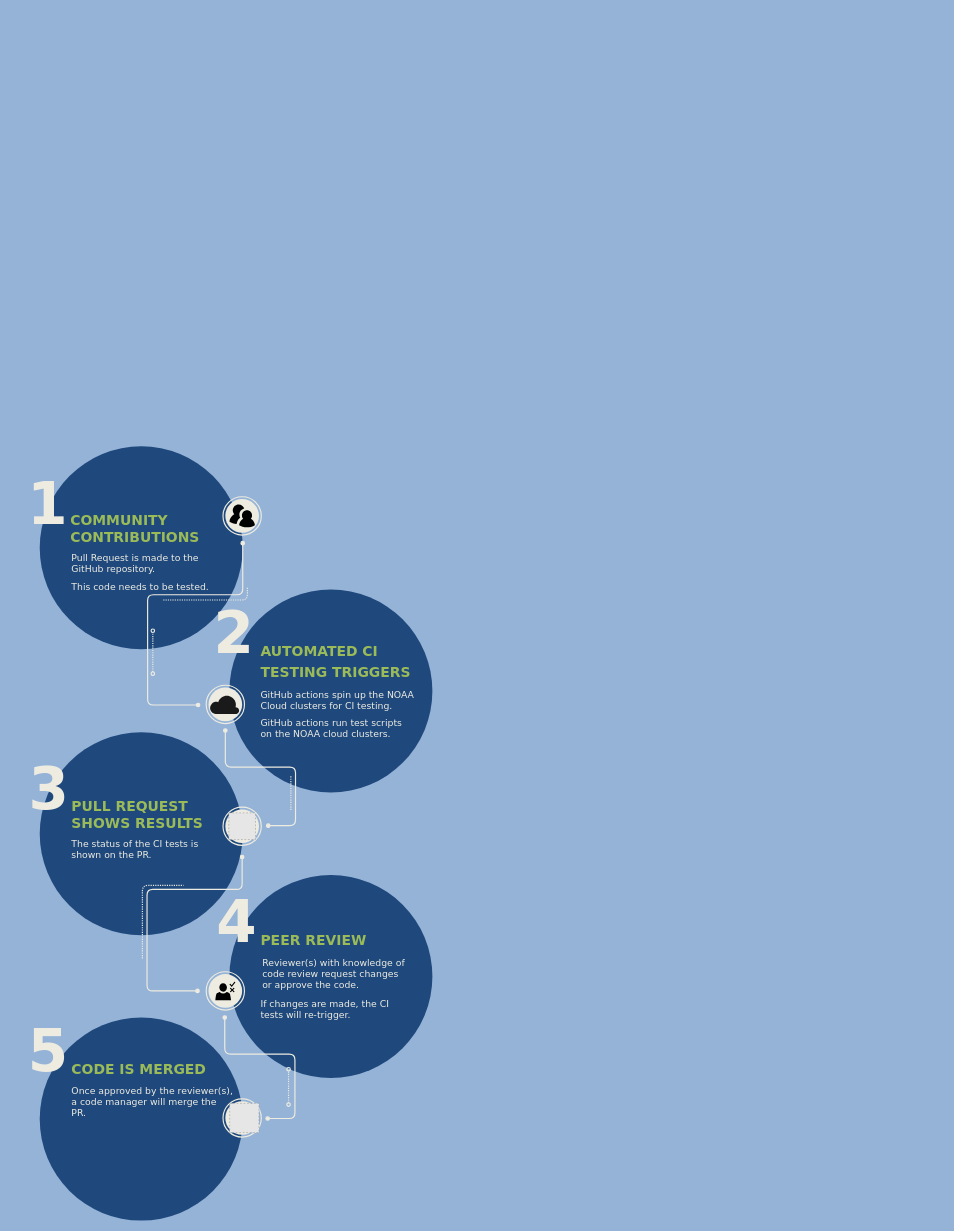
The draw.io diagram Flowchart2AGU22.drawio in laurenchilutti/draw_io, before the edit. Source tidied: cells renumbered, new cells numbered last; positions are measured from the earlier drawing's top-left corner, leaving out a move shared by most shapes. Both pictures are drawn from the tidied source at 58%, with x=0, y=0 at pixel (26, 446). Pictures stored in the file or linked from it are replaced by grey dashed boxes.
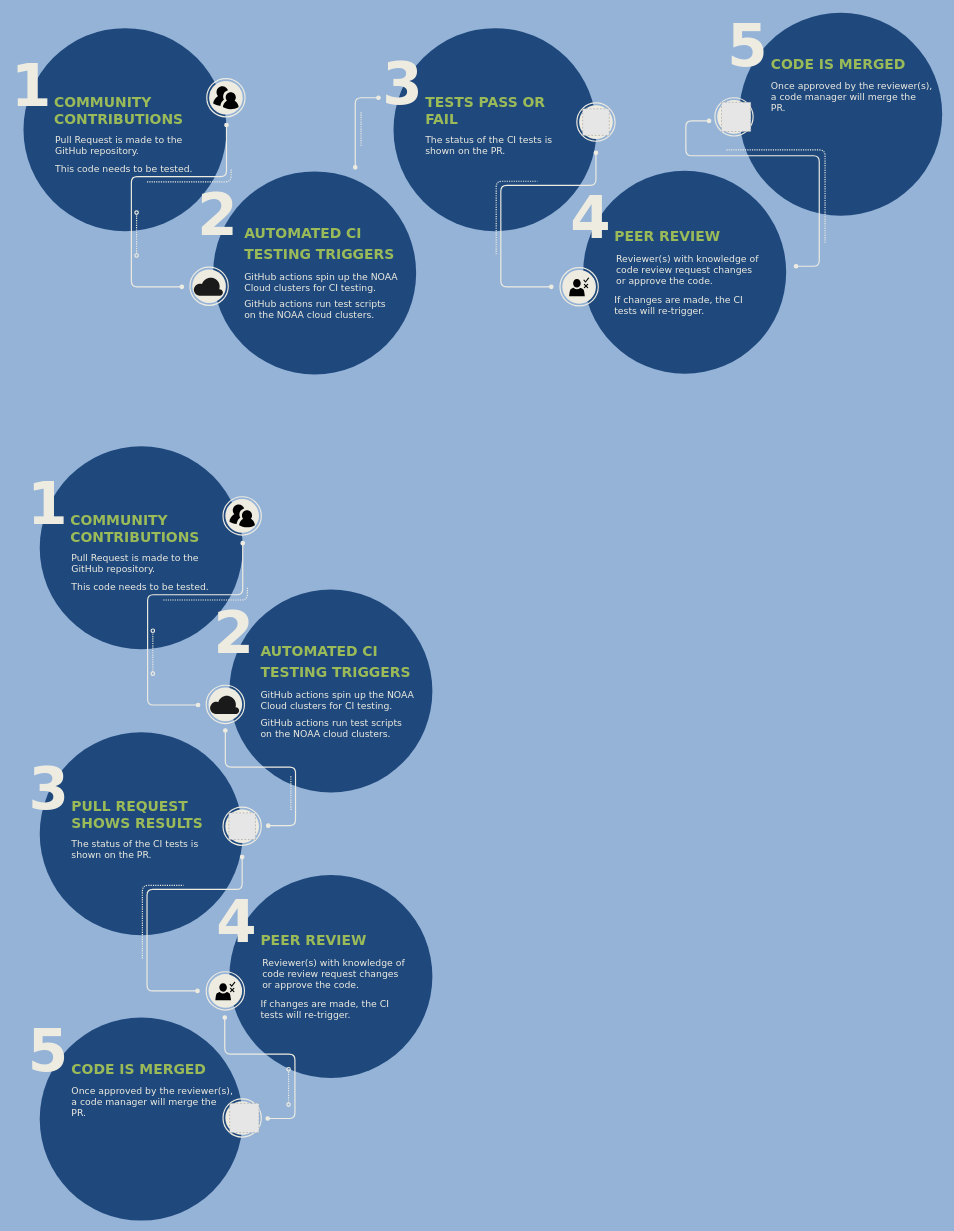
The same page after the edit.

Diff of the diagram source:
```diff
@@
+    <mxCell id="55" style="ellipse;whiteSpace=wrap;html=1;fontFamily=Verdana;fontSize=16;fontColor=#DDDDDD;strokeColor=none;fillColor=#1F497D;" parent="1" vertex="1">
+      <mxGeometry x="-5" y="-721" width="350" height="350" as="geometry" />
+    </mxCell>
+    <mxCell id="56" style="ellipse;whiteSpace=wrap;html=1;fontFamily=Verdana;fontSize=16;fontColor=#DDDDDD;strokeColor=none;fillColor=#1F497D;" parent="1" vertex="1">
+      <mxGeometry x="322" y="-474" width="350" height="350" as="geometry" />
+    </mxCell>
+    <mxCell id="57" value="COMMUNITY &lt;br&gt;CONTRIBUTIONS" style="text;align=left;verticalAlign=top;spacingTop=-4;fontSize=24;fontFamily=Verdana;fontColor=#9BBB59;fontStyle=1;html=1;overflow=fill;strokeOpacity=100;" parent="1" vertex="1">
+      <mxGeometry x="48" y="-606" width="250" height="70" as="geometry" />
+    </mxCell>
+    <mxCell id="58" value="&lt;font color=&quot;#eeece1&quot;&gt;1&amp;nbsp;&lt;/font&gt;" style="text;html=1;align=left;verticalAlign=top;spacingTop=-4;fontSize=100;fontFamily=Verdana;fontColor=#F18808;fontStyle=1;" parent="1" vertex="1">
+      <mxGeometry x="-28" y="-683" width="130" height="130" as="geometry" />
+    </mxCell>
+    <mxCell id="59" value="&lt;font color=&quot;#eeece1&quot;&gt;2&lt;/font&gt;" style="text;html=1;align=left;verticalAlign=top;spacingTop=-4;fontSize=100;fontFamily=Verdana;fontColor=#F18808;fontStyle=1;" parent="1" vertex="1">
+      <mxGeometry x="293" y="-461" width="90" height="130" as="geometry" />
+    </mxCell>
+    <mxCell id="60" value="&lt;div style=&quot;line-height: 120%&quot;&gt;&lt;font color=&quot;#eeece1&quot; style=&quot;line-height: 120%&quot;&gt;&lt;div&gt;This code needs to be tested.&lt;/div&gt;&lt;/font&gt;&lt;/div&gt;" style="text;align=left;verticalAlign=top;spacingTop=-4;fontSize=16;fontFamily=Verdana;fontColor=#888888;html=1;" parent="1" vertex="1">
+      <mxGeometry x="48" y="-491" width="260" height="30" as="geometry" />
+    </mxCell>
+    <mxCell id="61" value="&lt;div style=&quot;line-height: 150%&quot;&gt;&lt;font color=&quot;#9bbb59&quot;&gt;AUTOMATED CI&lt;/font&gt;&lt;/div&gt;&lt;div style=&quot;line-height: 150%&quot;&gt;&lt;font color=&quot;#9bbb59&quot;&gt;TESTING TRIGGERS&lt;/font&gt;&lt;/div&gt;" style="text;html=1;align=left;verticalAlign=top;spacingTop=-4;fontSize=24;fontFamily=Verdana;fontColor=#DDDDDD;fontStyle=1;" parent="1" vertex="1">
+      <mxGeometry x="374" y="-388" width="290" height="80" as="geometry" />
+    </mxCell>
+    <mxCell id="62" value="&lt;font color=&quot;#eeece1&quot;&gt;Pull Request is made to the &lt;br&gt;GitHub repository.&lt;br&gt;&lt;/font&gt;" style="text;html=1;align=left;verticalAlign=top;spacingTop=-4;fontSize=16;fontColor=#888888;fontFamily=Verdana;" parent="1" vertex="1">
+      <mxGeometry x="48" y="-541" width="240" height="50" as="geometry" />
+    </mxCell>
+    <mxCell id="63" value="&lt;font color=&quot;#eeece1&quot;&gt;GitHub actions spin up the NOAA &lt;br&gt;Cloud clusters for CI testing.&lt;br&gt;&lt;/font&gt;" style="text;html=1;align=left;verticalAlign=top;spacingTop=-4;fontSize=16;fontColor=#888888;fontFamily=Verdana;" parent="1" vertex="1">
+      <mxGeometry x="374" y="-305" width="290" height="50" as="geometry" />
+    </mxCell>
+    <mxCell id="64" value="&lt;div style=&quot;line-height: 120%&quot;&gt;&lt;font color=&quot;#eeece1&quot; style=&quot;line-height: 120%&quot;&gt;GitHub actions run test scripts&lt;/font&gt;&lt;/div&gt;&lt;div style=&quot;line-height: 120%&quot;&gt;&lt;font color=&quot;#eeece1&quot; style=&quot;line-height: 120%&quot;&gt;on the NOAA cloud clusters.&lt;/font&gt;&lt;/div&gt;" style="text;align=left;verticalAlign=top;spacingTop=-4;fontSize=16;fontFamily=Verdana;fontColor=#888888;html=1;" parent="1" vertex="1">
+      <mxGeometry x="374" y="-257" width="270" height="50" as="geometry" />
+    </mxCell>
+    <mxCell id="65" style="endArrow=oval;html=1;strokeColor=#EEECE1;fontFamily=Verdana;fontSize=16;fontColor=#DDDDDD;endFill=1;rounded=1;endSize=6;startArrow=oval;startFill=1;strokeWidth=2;" parent="1" edge="1">
+      <mxGeometry relative="1" as="geometry">
+        <mxPoint x="268" y="-275" as="sourcePoint" />
+        <mxPoint x="345" y="-554" as="targetPoint" />
+        <Array as="points">
+          <mxPoint x="181" y="-275" />
+          <mxPoint x="181" y="-465" />
+          <mxPoint x="345" y="-465" />
+        </Array>
+      </mxGeometry>
+    </mxCell>
+    <mxCell id="66" style="endArrow=oval;html=1;strokeColor=#EEECE1;fontFamily=Verdana;fontSize=16;fontColor=#DDDDDD;endFill=0;rounded=1;endSize=6;startArrow=oval;startFill=0;dashed=1;strokeWidth=2;dashPattern=1 1;" parent="1" edge="1">
+      <mxGeometry x="1064" y="-273" as="geometry">
+        <mxPoint x="190" y="-329" as="sourcePoint" />
+        <mxPoint x="190" y="-403" as="targetPoint" />
+      </mxGeometry>
+    </mxCell>
+    <mxCell id="67" style="endArrow=none;html=1;strokeColor=#EEECE1;fontFamily=Verdana;fontSize=16;fontColor=#DDDDDD;endFill=0;rounded=1;endSize=6;startArrow=none;startFill=0;strokeWidth=2;dashed=1;dashPattern=1 1;" parent="1" edge="1">
+      <mxGeometry x="1031" y="-277" as="geometry">
+        <mxPoint x="208" y="-456" as="sourcePoint" />
+        <mxPoint x="353" y="-478" as="targetPoint" />
+        <Array as="points">
+          <mxPoint x="226" y="-456" />
+          <mxPoint x="273" y="-456" />
+          <mxPoint x="353" y="-456" />
+        </Array>
+      </mxGeometry>
+    </mxCell>
+    <mxCell id="68" style="group;" parent="1" vertex="1">
+      <mxGeometry x="311" y="-634" width="106" height="110" as="geometry" />
+    </mxCell>
+    <mxCell id="69" style="ellipse;whiteSpace=wrap;html=1;fillColor=none;fontFamily=Verdana;fontSize=16;fontColor=#DDDDDD;strokeColor=#EEECE1;strokeWidth=2;" parent="68" vertex="1">
+      <mxGeometry width="66" height="66" as="geometry" />
+    </mxCell>
+    <mxCell id="70" style="ellipse;whiteSpace=wrap;html=1;fillColor=#EEECE1;fontFamily=Verdana;fontSize=16;fontColor=#DDDDDD;strokeColor=none;" parent="68" vertex="1">
+      <mxGeometry x="4" y="4" width="58" height="58" as="geometry" />
+    </mxCell>
+    <mxCell id="71" style="verticalLabelPosition=bottom;sketch=0;html=1;fillColor=#000000;strokeColor=none;verticalAlign=top;align=center;shape=mxgraph.cisco_safe.people_places_things_icons.icon9;" parent="68" vertex="1">
+      <mxGeometry x="11.1" y="13.2" width="43.9" height="39.5" as="geometry" />
+    </mxCell>
+    <mxCell id="72" style="group;" parent="1" vertex="1">
+      <mxGeometry x="282" y="-309" width="66" height="66" as="geometry" />
+    </mxCell>
+    <mxCell id="73" style="ellipse;whiteSpace=wrap;html=1;fillColor=none;fontFamily=Verdana;fontSize=16;fontColor=#DDDDDD;strokeColor=#EEECE1;strokeWidth=2;" parent="72" vertex="1">
+      <mxGeometry width="66" height="66" as="geometry" />
+    </mxCell>
+    <mxCell id="74" style="ellipse;whiteSpace=wrap;html=1;fillColor=#EEECE1;fontFamily=Verdana;fontSize=16;fontColor=#DDDDDD;strokeColor=none;" parent="72" vertex="1">
+      <mxGeometry x="4" y="4" width="58" height="58" as="geometry" />
+    </mxCell>
+    <mxCell id="75" style="verticalLabelPosition=bottom;html=1;verticalAlign=top;align=center;strokeColor=none;fillColor=#1A1A1A;shape=mxgraph.azure.cloud;" parent="72" vertex="1">
+      <mxGeometry x="6" y="16.4" width="51.1" height="33.2" as="geometry" />
+    </mxCell>
+    <mxCell id="76" style="ellipse;whiteSpace=wrap;html=1;fontFamily=Verdana;fontSize=16;fontColor=#DDDDDD;strokeColor=none;fillColor=#1F497D;" parent="1" vertex="1">
+      <mxGeometry x="633" y="-721" width="350" height="350" as="geometry" />
+    </mxCell>
+    <mxCell id="77" style="ellipse;whiteSpace=wrap;html=1;fontFamily=Verdana;fontSize=16;fontColor=#DDDDDD;strokeColor=none;fillColor=#1F497D;" parent="1" vertex="1">
+      <mxGeometry x="960" y="-475" width="350" height="350" as="geometry" />
+    </mxCell>
+    <mxCell id="78" value="&lt;font color=&quot;#eeece1&quot;&gt;3&lt;/font&gt;" style="text;html=1;align=left;verticalAlign=top;spacingTop=-4;fontSize=100;fontFamily=Verdana;fontColor=#F18808;fontStyle=1;" parent="1" vertex="1">
+      <mxGeometry x="612" y="-686" width="90" height="130" as="geometry" />
+    </mxCell>
+    <mxCell id="79" value="&lt;font color=&quot;#eeece1&quot;&gt;4&lt;/font&gt;" style="text;html=1;align=left;verticalAlign=top;spacingTop=-4;fontSize=100;fontFamily=Verdana;fontColor=#F18808;fontStyle=1;" parent="1" vertex="1">
+      <mxGeometry x="936" y="-456" width="90" height="130" as="geometry" />
+    </mxCell>
+    <mxCell id="80" value="&lt;font color=&quot;#9bbb59&quot;&gt;TESTS PASS OR&lt;br&gt;FAIL&lt;br&gt;&lt;/font&gt;" style="text;html=1;align=left;verticalAlign=top;spacingTop=-4;fontSize=24;fontFamily=Verdana;fontColor=#DDDDDD;fontStyle=1;" parent="1" vertex="1">
+      <mxGeometry x="686" y="-610" width="230" height="70" as="geometry" />
+    </mxCell>
+    <mxCell id="81" value="&lt;div style=&quot;line-height: 150%&quot;&gt;&lt;font color=&quot;#9bbb59&quot;&gt;PEER REVIEW&lt;/font&gt;&lt;/div&gt;" style="text;html=1;align=left;verticalAlign=top;spacingTop=-4;fontSize=24;fontFamily=Verdana;fontColor=#DDDDDD;fontStyle=1;" parent="1" vertex="1">
+      <mxGeometry x="1012" y="-383" width="210" height="40" as="geometry" />
+    </mxCell>
+    <mxCell id="82" value="&lt;font color=&quot;#eeece1&quot;&gt;The status of the CI tests is&lt;br&gt;shown on the PR.&lt;br&gt;&lt;/font&gt;" style="text;html=1;align=left;verticalAlign=top;spacingTop=-4;fontSize=16;fontColor=#888888;fontFamily=Verdana;" parent="1" vertex="1">
+      <mxGeometry x="686" y="-540" width="250" height="50" as="geometry" />
+    </mxCell>
+    <mxCell id="83" value="&lt;font color=&quot;#eeece1&quot;&gt;Reviewer(s) with knowledge of&amp;nbsp;&lt;br&gt;code review request changes&lt;br&gt;or approve the code.&lt;br&gt;&lt;/font&gt;" style="text;html=1;align=left;verticalAlign=top;spacingTop=-4;fontSize=16;fontColor=#888888;fontFamily=Verdana;" parent="1" vertex="1">
+      <mxGeometry x="1015" y="-335" width="280" height="70" as="geometry" />
+    </mxCell>
+    <mxCell id="84" style="endArrow=none;html=1;strokeColor=#EEECE1;fontFamily=Verdana;fontSize=16;fontColor=#DDDDDD;endFill=0;rounded=1;endSize=6;startArrow=none;startFill=0;strokeWidth=2;dashed=1;dashPattern=1 1;" parent="1" edge="1">
+      <mxGeometry x="1516" y="-210" as="geometry">
+        <mxPoint x="810" y="-331" as="sourcePoint" />
+        <mxPoint x="881" y="-457" as="targetPoint" />
+        <Array as="points">
+          <mxPoint x="810" y="-457" />
+        </Array>
+      </mxGeometry>
+    </mxCell>
+    <mxCell id="85" style="endArrow=oval;html=1;strokeColor=#EEECE1;fontFamily=Verdana;fontSize=16;fontColor=#DDDDDD;endFill=1;rounded=1;endSize=6;startArrow=oval;startFill=1;strokeWidth=2;" parent="1" edge="1">
+      <mxGeometry relative="1" as="geometry">
+        <mxPoint x="905" y="-275" as="sourcePoint" />
+        <mxPoint x="982" y="-506" as="targetPoint" />
+        <Array as="points">
+          <mxPoint x="818" y="-275" />
+          <mxPoint x="818" y="-450" />
+          <mxPoint x="982" y="-450" />
+        </Array>
+      </mxGeometry>
+    </mxCell>
+    <mxCell id="86" style="group;" parent="1" vertex="1">
+      <mxGeometry x="949" y="-592" width="66" height="66" as="geometry" />
+    </mxCell>
+    <mxCell id="87" style="ellipse;whiteSpace=wrap;html=1;fillColor=none;fontFamily=Verdana;fontSize=16;fontColor=#DDDDDD;strokeColor=#EEECE1;strokeWidth=2;" parent="86" vertex="1">
+      <mxGeometry width="66" height="66" as="geometry" />
+    </mxCell>
+    <mxCell id="88" style="ellipse;whiteSpace=wrap;html=1;fillColor=#EEECE1;fontFamily=Verdana;fontSize=16;fontColor=#DDDDDD;strokeColor=none;" parent="86" vertex="1">
+      <mxGeometry x="4" y="4" width="58" height="58" as="geometry" />
+    </mxCell>
+    <mxCell id="89" style="fillColor=#E6E6E6;strokeColor=#999999;dashed=1;html=1;verticalAlign=top;verticalLabelPosition=bottom;labelBackgroundColor=#ffffff;" parent="86" vertex="1">
+      <mxGeometry x="10" y="10" width="46" height="46" as="geometry" />
+    </mxCell>
+    <mxCell id="90" style="group;" parent="1" vertex="1">
+      <mxGeometry x="920" y="-308" width="66" height="66" as="geometry" />
+    </mxCell>
+    <mxCell id="91" style="ellipse;whiteSpace=wrap;html=1;fillColor=none;fontFamily=Verdana;fontSize=16;fontColor=#DDDDDD;strokeColor=#EEECE1;strokeWidth=2;" parent="90" vertex="1">
+      <mxGeometry width="66" height="66" as="geometry" />
+    </mxCell>
+    <mxCell id="92" style="ellipse;whiteSpace=wrap;html=1;fillColor=#EEECE1;fontFamily=Verdana;fontSize=16;fontColor=#DDDDDD;strokeColor=none;" parent="90" vertex="1">
+      <mxGeometry x="4" y="4" width="58" height="58" as="geometry" />
+    </mxCell>
+    <mxCell id="93" style="sketch=0;shadow=0;dashed=0;html=1;strokeColor=none;fillColor=#000000;labelPosition=center;verticalLabelPosition=bottom;verticalAlign=top;align=center;shape=mxgraph.office.users.approver;" parent="90" vertex="1">
+      <mxGeometry x="15.8" y="16.9" width="34.5" height="32.2" as="geometry" />
+    </mxCell>
+    <mxCell id="94" value="&lt;font color=&quot;#eeece1&quot;&gt;&lt;br&gt;&lt;/font&gt;" style="text;html=1;align=left;verticalAlign=top;spacingTop=-4;fontSize=16;fontColor=#888888;fontFamily=Verdana;" parent="1" vertex="1">
+      <mxGeometry x="686" y="-495" width="20" height="30" as="geometry" />
+    </mxCell>
+    <mxCell id="95" value="&lt;font color=&quot;#eeece1&quot;&gt;If changes are made, the CI&amp;nbsp;&lt;br&gt;tests will re-trigger.&lt;br&gt;&lt;/font&gt;" style="text;html=1;align=left;verticalAlign=top;spacingTop=-4;fontSize=16;fontColor=#888888;fontFamily=Verdana;" parent="1" vertex="1">
+      <mxGeometry x="1012" y="-265" width="260" height="50" as="geometry" />
+    </mxCell>
+    <mxCell id="96" style="ellipse;whiteSpace=wrap;html=1;fontFamily=Verdana;fontSize=16;fontColor=#DDDDDD;strokeColor=none;fillColor=#1F497D;" parent="1" vertex="1">
+      <mxGeometry x="1229" y="-747.5" width="350" height="350" as="geometry" />
+    </mxCell>
+    <mxCell id="97" value="&lt;font color=&quot;#eeece1&quot;&gt;5&lt;/font&gt;" style="text;html=1;align=left;verticalAlign=top;spacingTop=-4;fontSize=100;fontFamily=Verdana;fontColor=#F18808;fontStyle=1;" parent="1" vertex="1">
+      <mxGeometry x="1207" y="-752.5" width="90" height="130" as="geometry" />
+    </mxCell>
+    <mxCell id="98" value="&lt;div style=&quot;line-height: 150%&quot;&gt;&lt;font color=&quot;#9bbb59&quot;&gt;CODE IS MERGED&lt;/font&gt;&lt;/div&gt;" style="text;html=1;align=left;verticalAlign=top;spacingTop=-4;fontSize=24;fontFamily=Verdana;fontColor=#DDDDDD;fontStyle=1;" parent="1" vertex="1">
+      <mxGeometry x="1282" y="-679.5" width="260" height="40" as="geometry" />
+    </mxCell>
+    <mxCell id="99" value="&lt;font color=&quot;#eeece1&quot;&gt;Once approved by the reviewer(s),&lt;br&gt;a code manager will merge the&lt;br&gt;PR.&amp;nbsp;&lt;br&gt;&lt;/font&gt;" style="text;html=1;align=left;verticalAlign=top;spacingTop=-4;fontSize=16;fontColor=#888888;fontFamily=Verdana;" parent="1" vertex="1">
+      <mxGeometry x="1282" y="-633.5" width="300" height="70" as="geometry" />
+    </mxCell>
+    <mxCell id="100" style="group;" parent="1" vertex="1">
+      <mxGeometry x="1187" y="-601" width="66" height="66" as="geometry" />
+    </mxCell>
+    <mxCell id="101" style="ellipse;whiteSpace=wrap;html=1;fillColor=none;fontFamily=Verdana;fontSize=16;fontColor=#DDDDDD;strokeColor=#EEECE1;strokeWidth=2;" parent="100" vertex="1">
+      <mxGeometry width="66" height="66" as="geometry" />
+    </mxCell>
+    <mxCell id="102" style="ellipse;whiteSpace=wrap;html=1;fillColor=#EEECE1;fontFamily=Verdana;fontSize=16;fontColor=#DDDDDD;strokeColor=none;" parent="100" vertex="1">
+      <mxGeometry x="4" y="4" width="58" height="58" as="geometry" />
+    </mxCell>
+    <mxCell id="103" style="fillColor=#E6E6E6;strokeColor=#999999;dashed=1;html=1;verticalAlign=top;verticalLabelPosition=bottom;labelBackgroundColor=#ffffff;" parent="100" vertex="1">
+      <mxGeometry x="11.5" y="7.8" width="50.5" height="50.5" as="geometry" />
+    </mxCell>
+    <mxCell id="104" style="orthogonalLoop=1;jettySize=auto;html=1;rounded=1;strokeColor=#EEECE1;fontColor=#9BBB59;endArrow=oval;endFill=1;startArrow=oval;startFill=1;strokeWidth=2;" parent="1" edge="1">
+      <mxGeometry relative="1" as="geometry">
+        <mxPoint x="567" y="-481" as="sourcePoint" />
+        <mxPoint x="607" y="-601" as="targetPoint" />
+        <Array as="points">
+          <mxPoint x="567" y="-601" />
+        </Array>
+      </mxGeometry>
+    </mxCell>
+    <mxCell id="105" style="edgeStyle=none;orthogonalLoop=1;jettySize=auto;html=1;rounded=1;strokeColor=#EEECE1;strokeWidth=2;fontColor=#9BBB59;startArrow=none;startFill=0;endArrow=none;endFill=0;dashed=1;dashPattern=1 1;" parent="1" edge="1">
+      <mxGeometry relative="1" as="geometry">
+        <mxPoint x="577" y="-576" as="sourcePoint" />
+        <mxPoint x="577" y="-516" as="targetPoint" />
+      </mxGeometry>
+    </mxCell>
+    <mxCell id="106" style="edgeStyle=orthogonalEdgeStyle;orthogonalLoop=1;jettySize=auto;html=1;rounded=1;strokeColor=#EEECE1;strokeWidth=2;fontColor=#9BBB59;startArrow=oval;startFill=1;endArrow=oval;endFill=1;jumpSize=2;" parent="1" edge="1">
+      <mxGeometry relative="1" as="geometry">
+        <mxPoint x="1327" y="-310.4" as="sourcePoint" />
+        <mxPoint x="1177" y="-561" as="targetPoint" />
+        <Array as="points">
+          <mxPoint x="1367" y="-310" />
+          <mxPoint x="1367" y="-501" />
+          <mxPoint x="1137" y="-501" />
+          <mxPoint x="1137" y="-561" />
+        </Array>
+      </mxGeometry>
+    </mxCell>
+    <mxCell id="107" style="edgeStyle=orthogonalEdgeStyle;orthogonalLoop=1;jettySize=auto;html=1;rounded=1;strokeColor=#EEECE1;strokeWidth=2;fontColor=#9BBB59;startArrow=none;startFill=0;endArrow=none;endFill=0;jumpSize=2;dashed=1;dashPattern=1 1;" parent="1" edge="1">
+      <mxGeometry relative="1" as="geometry">
+        <mxPoint x="1207" y="-511" as="sourcePoint" />
+        <mxPoint x="1377" y="-351" as="targetPoint" />
+        <Array as="points">
+          <mxPoint x="1217" y="-511" />
+          <mxPoint x="1377" y="-511" />
+        </Array>
+      </mxGeometry>
+    </mxCell>
```
